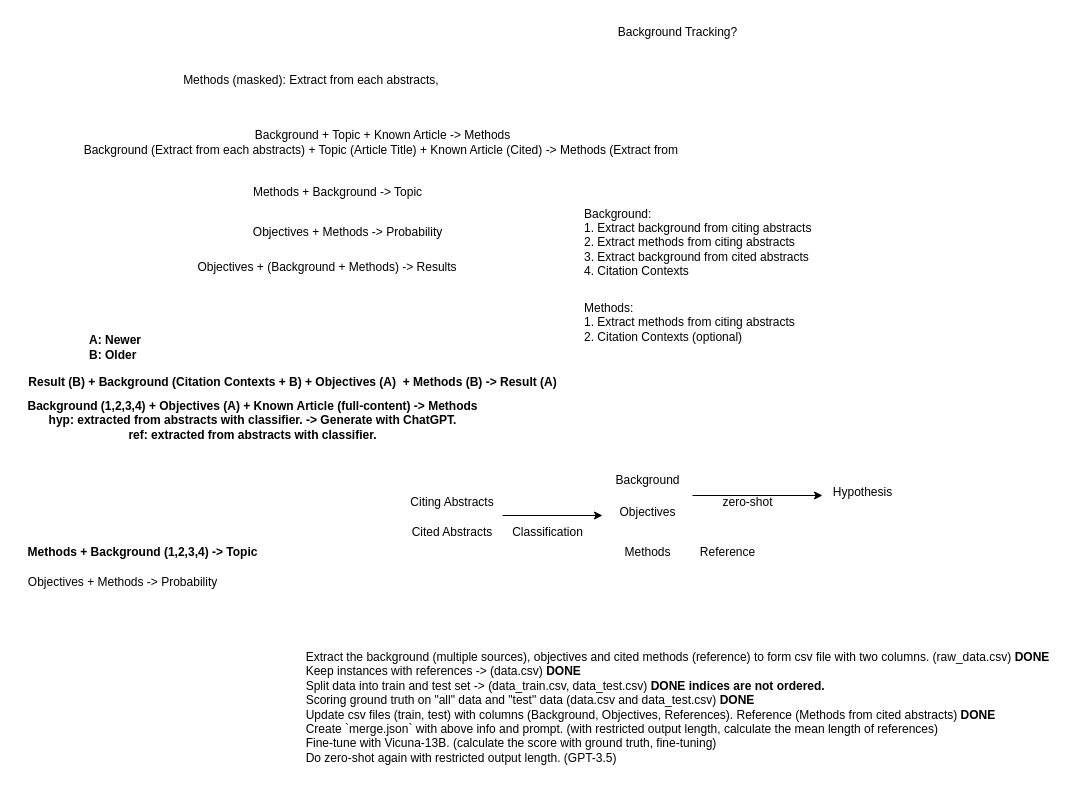
Above: structure.drawio in theQuert/ACL-Research (draw.io), before the change. Source tidied: cells renumbered, new cells numbered last; positions are measured from the earlier drawing's top-left corner, leaving out a move shared by most shapes. Both pictures are drawn from the tidied source at 100%, with x=0, y=0 at pixel (17, 17).
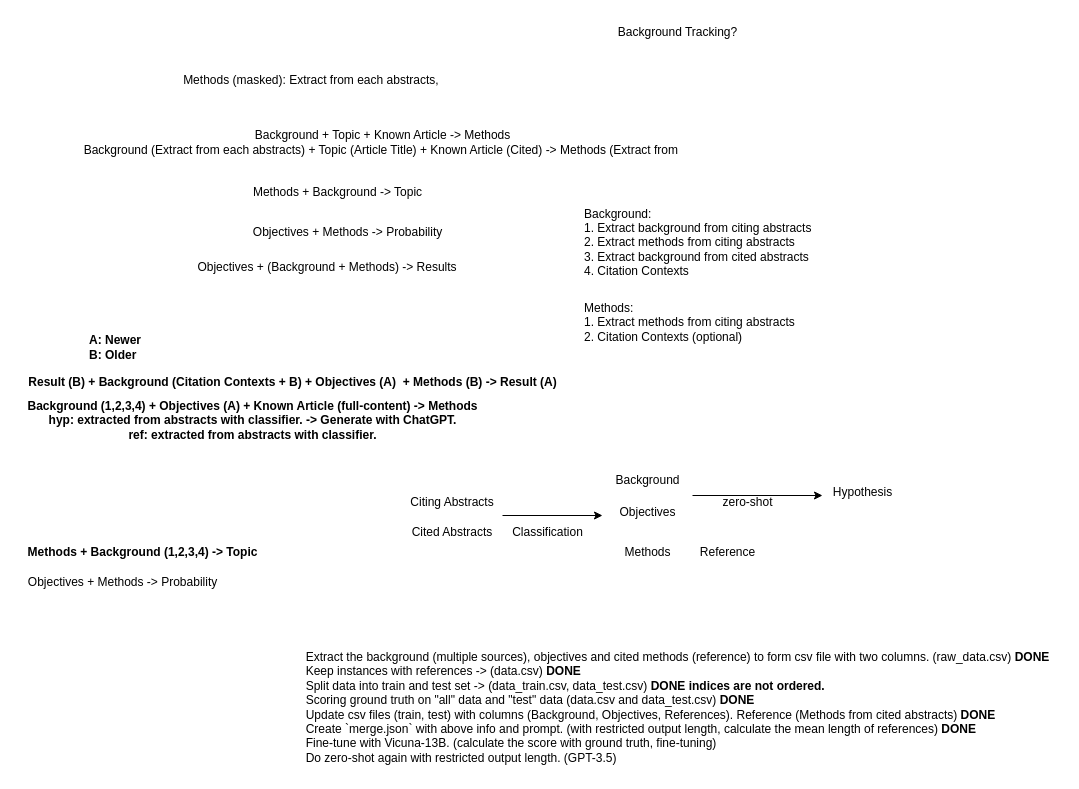
The same diagram, later.

Commit message:
Update experiment design

Change to the diagram source:
```diff
@@
-    <mxCell id="27" value="&lt;div style=&quot;text-align: left;&quot;&gt;&lt;span style=&quot;background-color: initial;&quot;&gt;Extract the background (multiple sources), objectives and cited methods (reference) to form csv file with two columns. (raw_data.csv) &lt;b&gt;DONE&lt;/b&gt;&lt;/span&gt;&lt;/div&gt;&lt;div style=&quot;text-align: left;&quot;&gt;Keep instances with references -&amp;gt; (data.csv) &lt;b&gt;DONE&lt;/b&gt;&lt;/div&gt;&lt;div style=&quot;text-align: left;&quot;&gt;Split data into train and test set -&amp;gt; (data_train.csv, data_test.csv) &lt;b&gt;DONE indices are not ordered.&lt;/b&gt;&lt;/div&gt;&lt;div style=&quot;text-align: left;&quot;&gt;Scoring ground truth on &quot;all&quot; data and &quot;test&quot; data (data.csv and data_test.csv) &lt;b&gt;DONE&lt;/b&gt;&lt;/div&gt;&lt;div style=&quot;text-align: left;&quot;&gt;&lt;span style=&quot;background-color: initial;&quot;&gt;Update csv files (train, test) with columns (Background, Objectives, References). Reference (Methods from cited abstracts) &lt;b&gt;DONE&lt;/b&gt;&lt;/span&gt;&lt;/div&gt;&lt;div style=&quot;text-align: left;&quot;&gt;Create `merge.json` with above info and prompt. (with restricted output length, calculate the mean length of references)&lt;/div&gt;&lt;div style=&quot;text-align: left;&quot;&gt;Fine-tune with Vicuna-13B. (calculate the score with ground truth, fine-tuning)&lt;/div&gt;&lt;div style=&quot;text-align: left;&quot;&gt;Do zero-shot again with restricted output length. (GPT-3.5)&lt;/div&gt;" style="text;html=1;align=center;verticalAlign=middle;strokeColor=none;fillColor=none;" parent="1" vertex="1">
+    <mxCell id="27" value="&lt;div style=&quot;text-align: left;&quot;&gt;&lt;span style=&quot;background-color: initial;&quot;&gt;Extract the background (multiple sources), objectives and cited methods (reference) to form csv file with two columns. (raw_data.csv) &lt;b&gt;DONE&lt;/b&gt;&lt;/span&gt;&lt;/div&gt;&lt;div style=&quot;text-align: left;&quot;&gt;Keep instances with references -&amp;gt; (data.csv) &lt;b&gt;DONE&lt;/b&gt;&lt;/div&gt;&lt;div style=&quot;text-align: left;&quot;&gt;Split data into train and test set -&amp;gt; (data_train.csv, data_test.csv) &lt;b&gt;DONE indices are not ordered.&lt;/b&gt;&lt;/div&gt;&lt;div style=&quot;text-align: left;&quot;&gt;Scoring ground truth on &quot;all&quot; data and &quot;test&quot; data (data.csv and data_test.csv) &lt;b&gt;DONE&lt;/b&gt;&lt;/div&gt;&lt;div style=&quot;text-align: left;&quot;&gt;&lt;span style=&quot;background-color: initial;&quot;&gt;Update csv files (train, test) with columns (Background, Objectives, References). Reference (Methods from cited abstracts) &lt;b&gt;DONE&lt;/b&gt;&lt;/span&gt;&lt;/div&gt;&lt;div style=&quot;text-align: left;&quot;&gt;Create `merge.json` with above info and prompt. (with restricted output length, calculate the mean length of references) &lt;b&gt;DONE&lt;/b&gt;&lt;/div&gt;&lt;div style=&quot;text-align: left;&quot;&gt;Fine-tune with Vicuna-13B. (calculate the score with ground truth, fine-tuning)&lt;/div&gt;&lt;div style=&quot;text-align: left;&quot;&gt;Do zero-shot again with restricted output length. (GPT-3.5)&lt;/div&gt;" style="text;html=1;align=center;verticalAlign=middle;strokeColor=none;fillColor=none;" parent="1" vertex="1">
       <mxGeometry x="275" y="625" width="770" height="130" as="geometry" />
     </mxCell>
```
